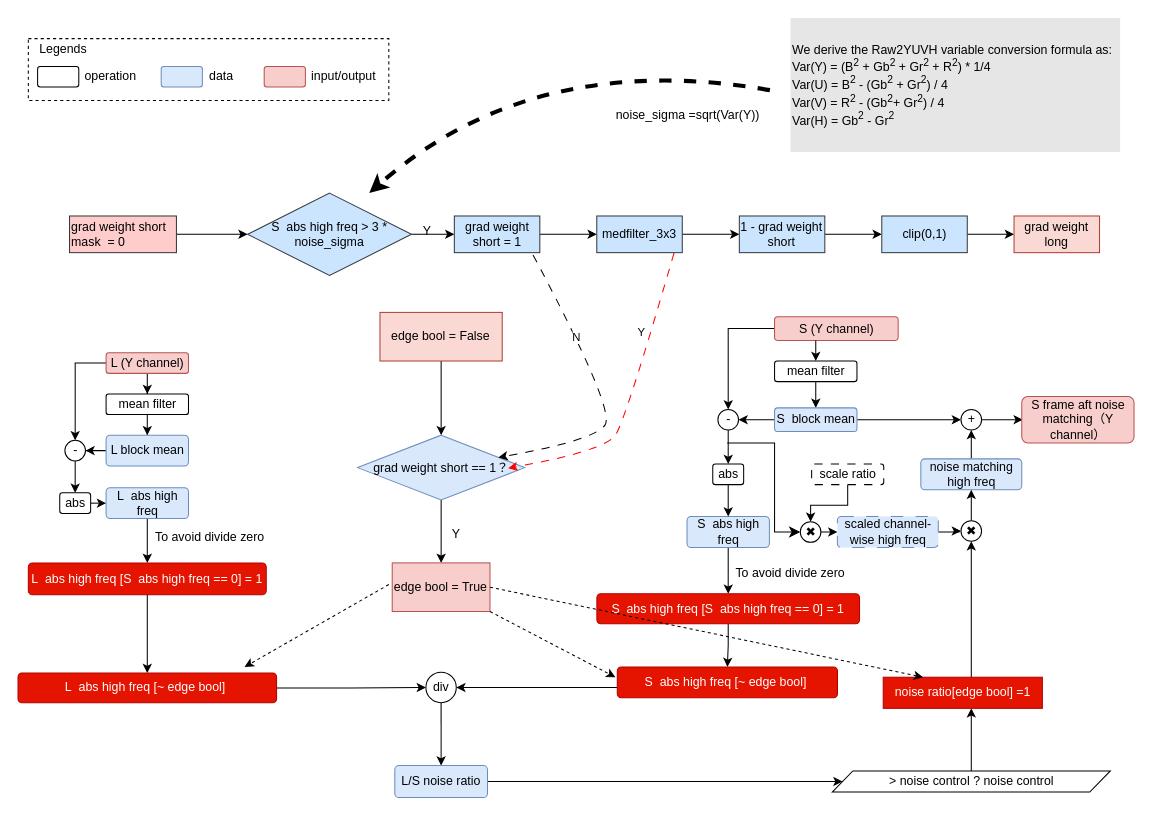
The draw.io diagram page "noise_march_improve" (22 of 26) of sunshine.drawio in leixuehui/drawio, before the edit. Source tidied: cells renumbered, new cells numbered last; positions are measured from the earlier drawing's top-left corner, leaving out a move shared by most shapes. Both pictures are drawn from the tidied source at 103%, with x=0, y=0 at pixel (18, 18).
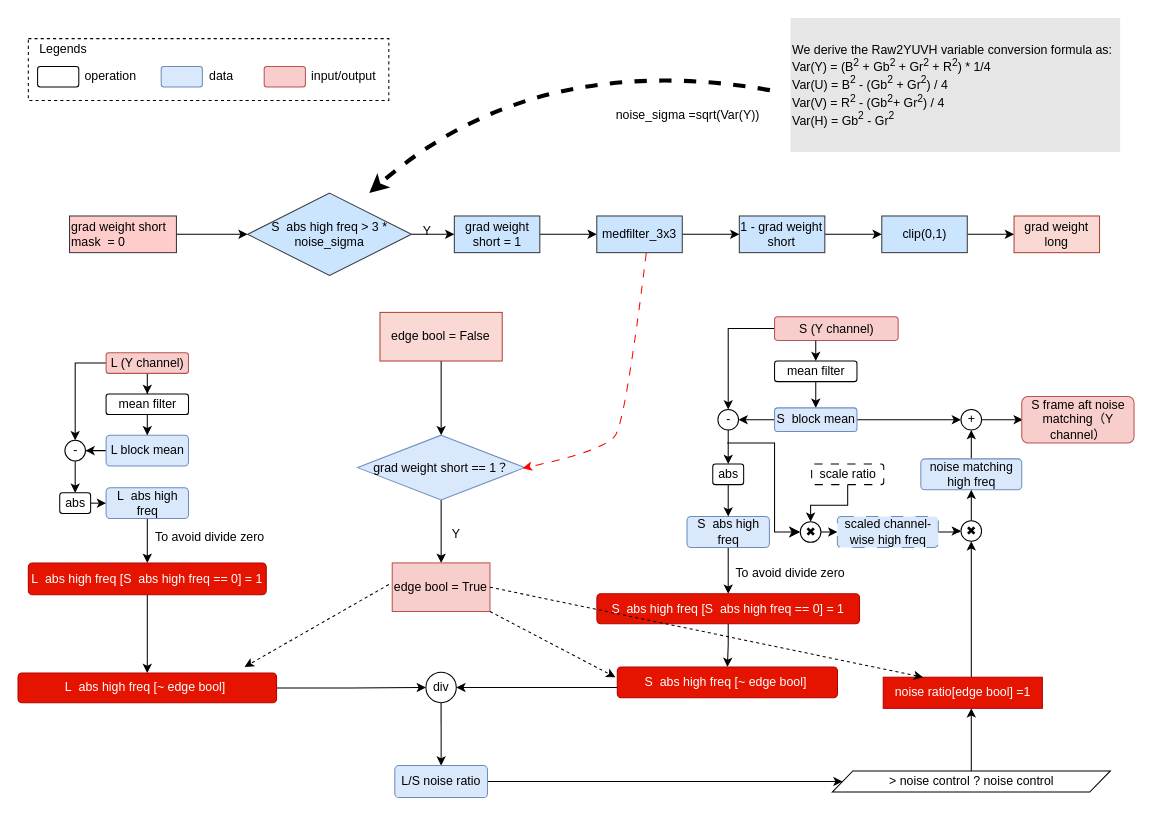
Above is the later version.

The change refers to these unchanged cells:
```xml
<mxCell id="76" value="grad weight short == 1？ " style="rhombus;whiteSpace=wrap;html=1;rounded=0;labelBackgroundColor=none;fillColor=#dae8fc;strokeColor=#6c8ebf;" parent="1" vertex="1">
  <mxGeometry x="329.7" y="405" width="162.2" height="63" as="geometry" />
</mxCell>
<mxCell id="87" value="medfilter_3x3" style="whiteSpace=wrap;html=1;rounded=0;labelBackgroundColor=none;fillColor=#cce5ff;strokeColor=#36393d;" parent="1" vertex="1">
  <mxGeometry x="561.9" y="192.2" width="83" height="35.6" as="geometry" />
</mxCell>
```

Diff of the diagram source:
```diff
@@
-    <mxCell id="93" style="curved=1;endArrow=classic;html=1;rounded=0;dashed=1;dashPattern=8 8;" parent="1" edge="1" target="76">
-      <mxGeometry relative="1" as="geometry">
-        <mxPoint x="500" y="230" as="sourcePoint" />
-        <Array as="points">
-          <mxPoint x="580" y="380" />
-          <mxPoint x="560" y="410" />
-        </Array>
-      </mxGeometry>
-    </mxCell>
-    <mxCell id="94" value="N" style="edgeLabel;html=1;align=center;verticalAlign=middle;" parent="93" vertex="1">
-      <mxGeometry x="-0.4" y="-1" relative="1" as="geometry" />
-    </mxCell>
@@
-    <mxCell id="98" style="curved=1;endArrow=classic;html=1;rounded=0;dashed=1;dashPattern=8 8;exitX=0.904;exitY=1.006;exitDx=0;exitDy=0;exitPerimeter=0;strokeColor=#FF0000;" parent="1" edge="1" source="87">
+    <mxCell id="98" style="curved=1;endArrow=classic;html=1;rounded=0;dashed=1;dashPattern=8 8;exitX=0.579;exitY=1.006;exitDx=0;exitDy=0;exitPerimeter=0;strokeColor=#FF0000;" parent="1" edge="1" source="87">
       <mxGeometry relative="1" as="geometry">
-        <mxPoint x="476" y="437" as="targetPoint" />
+        <mxPoint x="490" y="437" as="targetPoint" />
         <Array as="points">
           <mxPoint x="590" y="390" />
           <mxPoint x="570" y="420" />
         </Array>
       </mxGeometry>
     </mxCell>
-    <mxCell id="99" value="Y" style="edgeLabel;html=1;align=center;verticalAlign=middle;" parent="98" vertex="1">
-      <mxGeometry x="-0.45" y="-10" relative="1" as="geometry" />
-    </mxCell>
```
